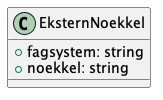
ks-no/fiks-saksfaser-specification keeps this PlantUML diagram as Dokumentasjon/V1/ClassDiagrams/no.ks.fiks.saksfaser.v1.felles.eksternnoekkel/classdiagram.png. Above is the earlier version. The source it was exported from:
```plantuml
@startuml

class EksternNoekkel {
    +fagsystem: string
    +noekkel: string
}

@enduml
```
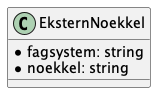
The same diagram one commit later.

What changed in the source:
```diff
@@ -1,8 +1,8 @@
 @startuml
 
 class EksternNoekkel {
-    +fagsystem: string
-    +noekkel: string
+    *fagsystem: string
+    *noekkel: string
 }
 
 @enduml
```
